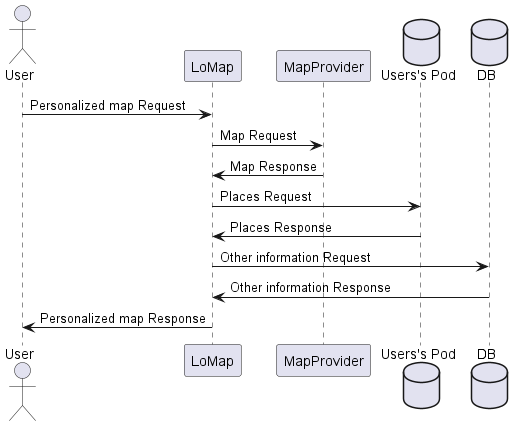
Above: images/Sequence diagram 2.png in pelotazos123/lomap_es1b33 (PlantUML), before the change.
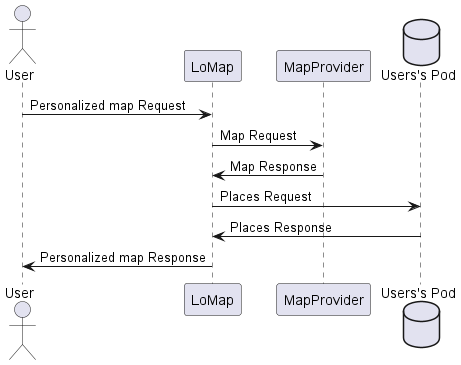
The same diagram one commit later.

What changed in the source:
```diff
@@ -3,13 +3,10 @@
 participant LoMap
 participant MapProvider
 database Pod as "Users's Pod"
-database DB
 User -> LoMap: Personalized map Request
 LoMap -> MapProvider: Map Request
 LoMap  <- MapProvider: Map Response
 LoMap -> Pod: Places Request
 LoMap <- Pod: Places Response
-LoMap -> DB: Other information Request
-LoMap <- DB: Other information Response
 User <- LoMap: Personalized map Response
 @enduml
```
